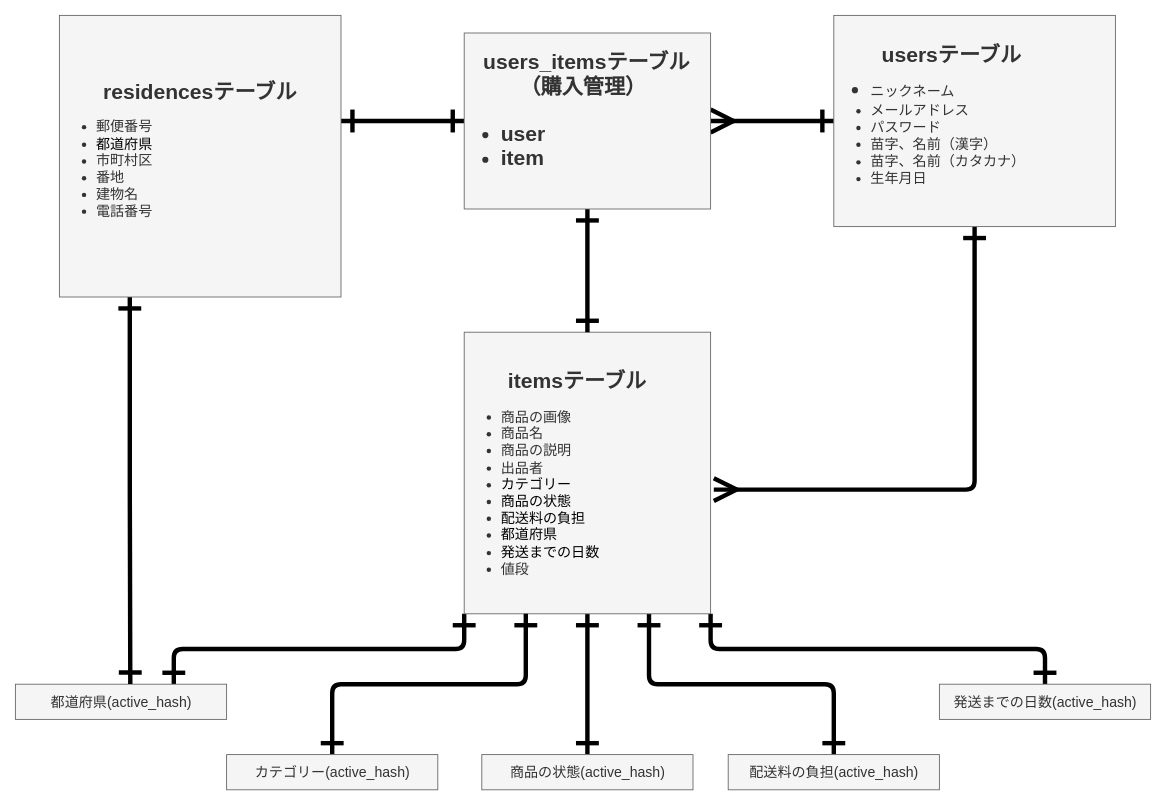
This is er.dio from kuwatoro/furima--28654-, a draw.io file, before an edit. Source tidied: cells renumbered, new cells numbered last; positions are measured from the earlier drawing's top-left corner, leaving out a move shared by most shapes. Both pictures are drawn from the tidied source at 88%, with x=0, y=0 at pixel (15, 15).
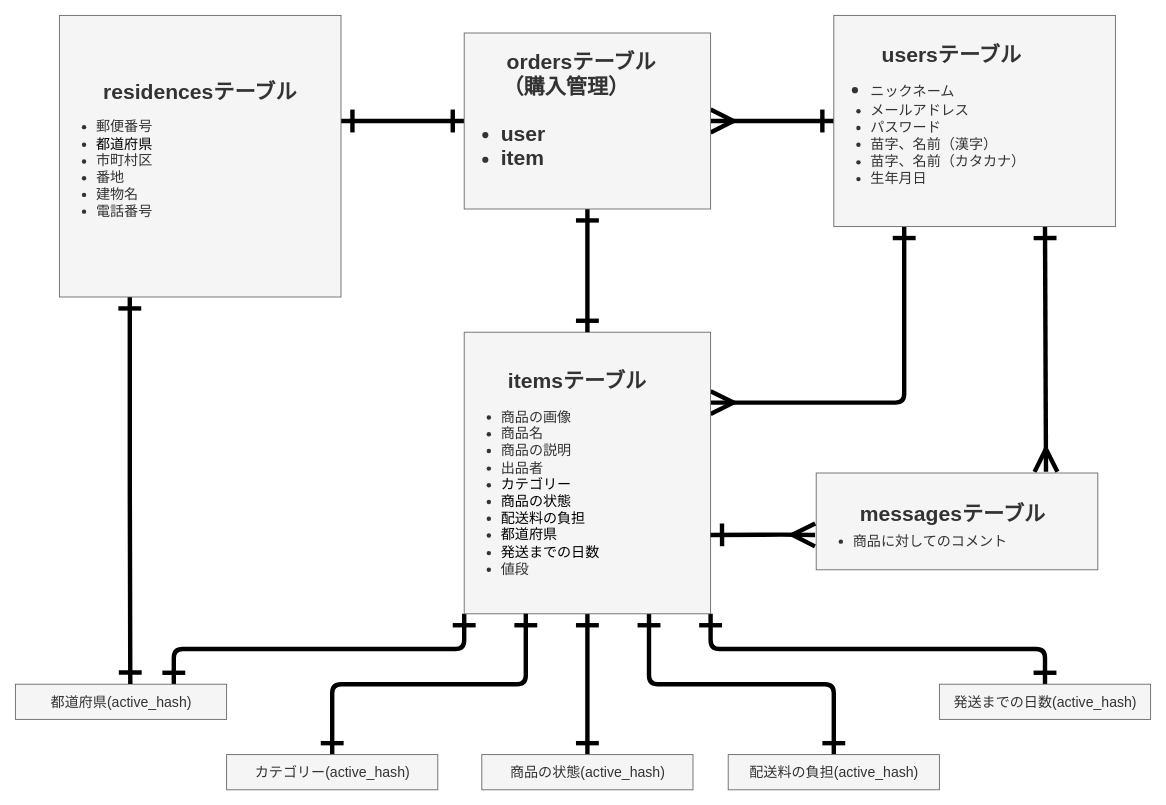
The same diagram, later.

Unchanged cells that the change refers to:
```xml
<mxCell id="4" value="&lt;p style=&quot;text-align: center ; line-height: 0%&quot;&gt;&lt;font style=&quot;font-size: 24px&quot;&gt;　　usersテーブル&lt;br&gt;&lt;/font&gt;&lt;/p&gt;&lt;ul&gt;&lt;li&gt;&lt;font style=&quot;font-weight: normal ; font-size: 16px&quot;&gt;ニックネーム&lt;/font&gt;&lt;/li&gt;&lt;li style=&quot;font-size: 16px&quot;&gt;&lt;font style=&quot;font-weight: normal ; font-size: 16px&quot;&gt;メールアドレス&lt;/font&gt;&lt;/li&gt;&lt;li style=&quot;font-size: 16px&quot;&gt;&lt;font style=&quot;font-weight: normal ; font-size: 16px&quot;&gt;パスワード&lt;/font&gt;&lt;/li&gt;&lt;li style=&quot;font-size: 16px&quot;&gt;&lt;font style=&quot;font-weight: normal ; font-size: 16px&quot;&gt;苗字、名前（漢字）&lt;/font&gt;&lt;/li&gt;&lt;li style=&quot;font-size: 16px&quot;&gt;&lt;font style=&quot;font-weight: normal ; font-size: 16px&quot;&gt;苗字、名前（カタカナ）&lt;/font&gt;&lt;/li&gt;&lt;li style=&quot;font-size: 16px&quot;&gt;&lt;font style=&quot;font-weight: normal ; font-size: 16px&quot;&gt;生年月日&lt;/font&gt;&lt;/li&gt;&lt;/ul&gt;&lt;p&gt;&lt;/p&gt;" style="text;html=1;fontSize=24;fontStyle=1;verticalAlign=middle;align=left;rounded=0;sketch=0;fillColor=#f5f5f5;strokeColor=#666666;fontColor=#333333;" parent="1" vertex="1">
  <mxGeometry x="930" width="320" height="240" as="geometry" />
</mxCell>
<mxCell id="9" value="&lt;p style=&quot;line-height: 120%&quot;&gt;&lt;/p&gt;&lt;div style=&quot;text-align: center&quot;&gt;　　itemsテーブル&lt;/div&gt;&lt;div style=&quot;font-size: 16px&quot;&gt;&lt;ul&gt;&lt;li style=&quot;line-height: 0%&quot;&gt;&lt;font style=&quot;font-size: 16px ; font-weight: normal ; line-height: 120%&quot;&gt;商品の画像&lt;/font&gt;&lt;/li&gt;&lt;li style=&quot;line-height: 0%&quot;&gt;&lt;font style=&quot;font-size: 16px ; font-weight: normal ; line-height: 120%&quot;&gt;商品名&lt;/font&gt;&lt;/li&gt;&lt;li style=&quot;line-height: 0%&quot;&gt;&lt;font style=&quot;font-size: 16px ; font-weight: normal ; line-height: 120%&quot;&gt;商品の説明&lt;/font&gt;&lt;/li&gt;&lt;li style=&quot;line-height: 0%&quot;&gt;&lt;font style=&quot;font-size: 16px ; font-weight: normal ; line-height: 120%&quot;&gt;出品者&lt;/font&gt;&lt;/li&gt;&lt;li style=&quot;line-height: 0%&quot;&gt;&lt;font style=&quot;font-size: 16px ; font-weight: normal ; line-height: 120%&quot; color=&quot;#000000&quot;&gt;カテゴリー&lt;/font&gt;&lt;/li&gt;&lt;li style=&quot;line-height: 0%&quot;&gt;&lt;font style=&quot;font-size: 16px ; font-weight: normal ; line-height: 120%&quot; color=&quot;#000000&quot;&gt;商品の状態&lt;/font&gt;&lt;/li&gt;&lt;li style=&quot;line-height: 0%&quot;&gt;&lt;font style=&quot;font-size: 16px ; font-weight: normal ; line-height: 120%&quot; color=&quot;#000000&quot;&gt;配送料の負担&lt;/font&gt;&lt;/li&gt;&lt;li style=&quot;line-height: 0%&quot;&gt;&lt;font style=&quot;font-size: 16px ; font-weight: normal ; line-height: 120%&quot; color=&quot;#000000&quot;&gt;都道府県&lt;/font&gt;&lt;/li&gt;&lt;li style=&quot;line-height: 0%&quot;&gt;&lt;font style=&quot;font-size: 16px ; font-weight: normal ; line-height: 120%&quot; color=&quot;#000000&quot;&gt;発送までの日数&lt;/font&gt;&lt;/li&gt;&lt;li style=&quot;line-height: 0%&quot;&gt;&lt;span style=&quot;font-weight: 400 ; line-height: 120%&quot;&gt;値段&lt;/span&gt;&lt;/li&gt;&lt;/ul&gt;&lt;/div&gt;&lt;p&gt;&lt;/p&gt;" style="text;html=1;fontSize=24;fontStyle=1;verticalAlign=middle;align=left;rounded=0;sketch=0;fillColor=#f5f5f5;strokeColor=#666666;fontColor=#333333;" parent="1" vertex="1">
  <mxGeometry x="510" y="360" width="280" height="320" as="geometry" />
</mxCell>
```

Diff of the diagram source:
```diff
@@
-    <mxCell id="3" style="rounded=1;sketch=0;jettySize=auto;html=1;exitX=0.5;exitY=1;exitDx=0;exitDy=0;startArrow=ERone;startFill=0;startSize=20;sourcePerimeterSpacing=100;endArrow=ERmany;endFill=0;endSize=20;targetPerimeterSpacing=20;strokeWidth=5;fontSize=16;entryX=1.013;entryY=0.559;entryDx=0;entryDy=0;entryPerimeter=0;edgeStyle=orthogonalEdgeStyle;" parent="1" edge="1" source="4" target="9">
+    <mxCell id="3" style="rounded=1;sketch=0;jettySize=auto;html=1;exitX=0.25;exitY=1;exitDx=0;exitDy=0;startArrow=ERone;startFill=0;startSize=20;sourcePerimeterSpacing=100;endArrow=ERmany;endFill=0;endSize=20;targetPerimeterSpacing=20;strokeWidth=5;fontSize=16;edgeStyle=orthogonalEdgeStyle;entryX=1;entryY=0.25;entryDx=0;entryDy=0;" parent="1" edge="1" source="4" target="9">
       <mxGeometry relative="1" as="geometry">
         <Array as="points">
-          <mxPoint x="1090" y="539" />
+          <mxPoint x="1010" y="440" />
         </Array>
       </mxGeometry>
     </mxCell>
+    <mxCell id="22" style="edgeStyle=none;rounded=0;jettySize=auto;html=1;exitX=0.75;exitY=1;exitDx=0;exitDy=0;entryX=0.816;entryY=-0.012;entryDx=0;entryDy=0;entryPerimeter=0;endArrow=ERmany;endFill=0;startArrow=ERone;startFill=0;targetPerimeterSpacing=20;sourcePerimeterSpacing=100;endSize=20;startSize=20;strokeWidth=5;" parent="1" edge="1" source="4" target="23">
+      <mxGeometry relative="1" as="geometry" />
+    </mxCell>
@@
-    <mxCell id="19" value="&lt;div style=&quot;text-align: center&quot;&gt;&lt;span&gt;&amp;nbsp; &amp;nbsp;users_itemsテーブル&lt;/span&gt;&lt;/div&gt;&lt;div style=&quot;text-align: center&quot;&gt;　（購入管理）&lt;/div&gt;&lt;ul&gt;&lt;li&gt;&lt;font style=&quot;font-size: 24px&quot;&gt;user&lt;/font&gt;&lt;/li&gt;&lt;li&gt;&lt;font style=&quot;font-size: 24px&quot;&gt;item&lt;/font&gt;&lt;/li&gt;&lt;/ul&gt;" style="text;html=1;fontSize=24;fontStyle=1;verticalAlign=middle;align=left;rounded=0;sketch=0;fillColor=#f5f5f5;strokeColor=#666666;fontColor=#333333;" parent="1" vertex="1">
+    <mxCell id="19" value="&lt;div style=&quot;text-align: center&quot;&gt;&lt;span&gt;&amp;nbsp; &amp;nbsp; &amp;nbsp; &amp;nbsp;ordersテーブル&lt;/span&gt;&lt;/div&gt;&lt;div style=&quot;text-align: center&quot;&gt;　（購入管理）&lt;/div&gt;&lt;ul&gt;&lt;li&gt;&lt;font style=&quot;font-size: 24px&quot;&gt;user&lt;/font&gt;&lt;/li&gt;&lt;li&gt;&lt;font style=&quot;font-size: 24px&quot;&gt;item&lt;/font&gt;&lt;/li&gt;&lt;/ul&gt;" style="text;html=1;fontSize=24;fontStyle=1;verticalAlign=middle;align=left;rounded=0;sketch=0;fillColor=#f5f5f5;strokeColor=#666666;fontColor=#333333;" parent="1" vertex="1">
       <mxGeometry x="510" y="20" width="280" height="200" as="geometry" />
     </mxCell>
@@
+    <mxCell id="23" value="&lt;p style=&quot;line-height: 120%&quot;&gt;&lt;/p&gt;&lt;div style=&quot;text-align: center&quot;&gt;　　messagesテーブル&lt;/div&gt;&lt;div style=&quot;font-size: 16px&quot;&gt;&lt;ul&gt;&lt;li style=&quot;line-height: 0%&quot;&gt;&lt;span style=&quot;font-weight: 400&quot;&gt;商品に対してのコメント&lt;/span&gt;&lt;/li&gt;&lt;/ul&gt;&lt;/div&gt;&lt;p&gt;&lt;/p&gt;" style="text;html=1;fontSize=24;fontStyle=1;verticalAlign=middle;align=left;rounded=0;sketch=0;fillColor=#f5f5f5;strokeColor=#666666;fontColor=#333333;" parent="1" vertex="1">
+      <mxGeometry x="910" y="520" width="320" height="110" as="geometry" />
+    </mxCell>
+    <mxCell id="24" style="edgeStyle=none;rounded=0;jettySize=auto;html=1;endArrow=ERmany;endFill=0;startArrow=ERone;startFill=0;targetPerimeterSpacing=20;sourcePerimeterSpacing=100;endSize=20;startSize=20;strokeWidth=5;entryX=-0.004;entryY=0.64;entryDx=0;entryDy=0;entryPerimeter=0;exitX=1;exitY=0.72;exitDx=0;exitDy=0;exitPerimeter=0;" parent="1" edge="1" source="9" target="23">
+      <mxGeometry relative="1" as="geometry">
+        <Array as="points">
+          <mxPoint x="870" y="590" />
+        </Array>
+      </mxGeometry>
+    </mxCell>
```
